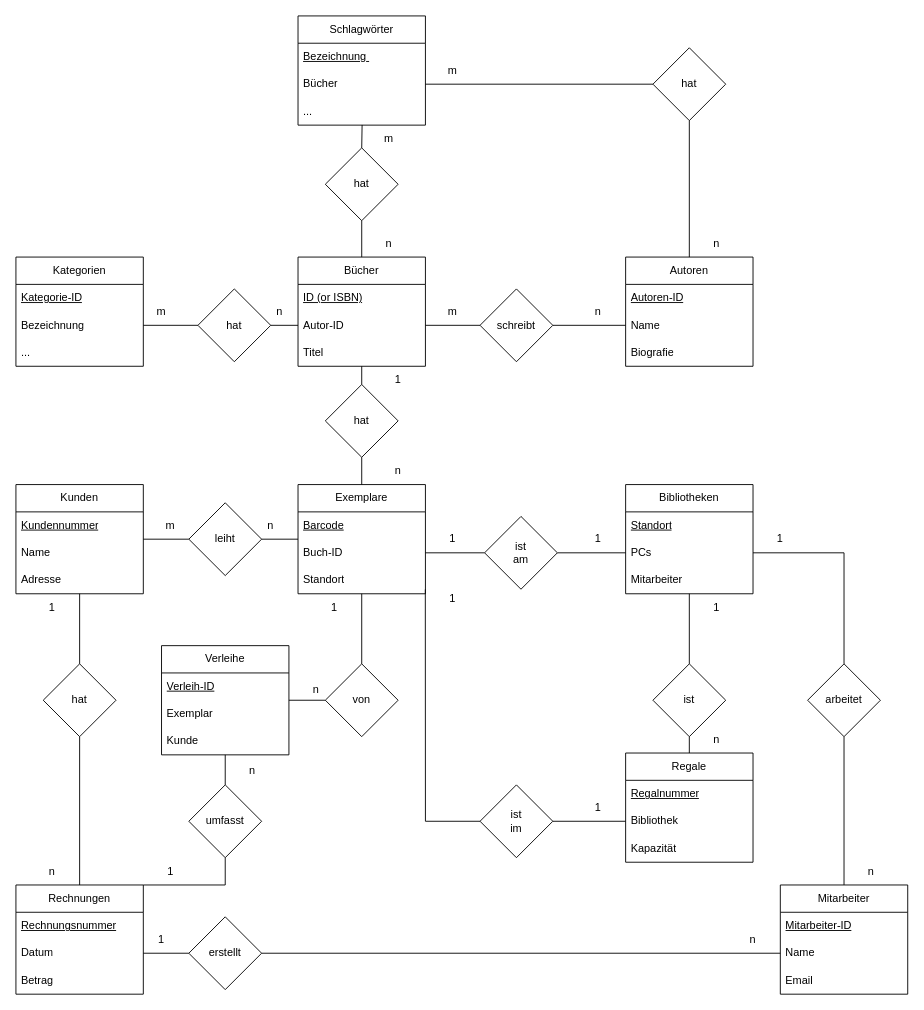
Above: Tag_1/Bibliothek.drawio in McLutzifer/WIFI_SW-Engineering (draw.io), before the change. Source tidied: cells renumbered, new cells numbered last; positions are measured from the earlier drawing's top-left corner, leaving out a move shared by most shapes. Both pictures are drawn from the tidied source at 91%, with x=0, y=0 at pixel (15, 15).
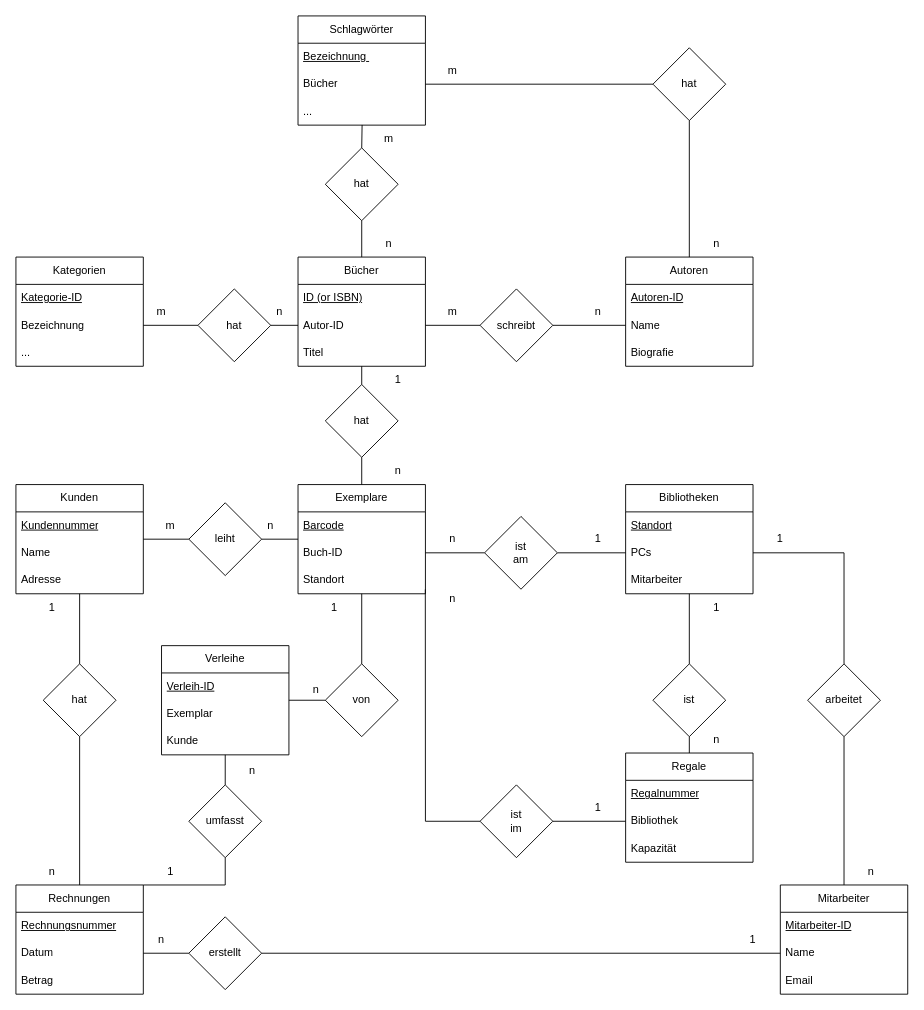
The same diagram, later.

What changed in the source:
```diff
@@
-    <mxCell id="68" value="1" style="text;html=1;strokeColor=none;fillColor=none;align=center;verticalAlign=middle;whiteSpace=wrap;rounded=0;" parent="1" vertex="1">
+    <mxCell id="68" value="n" style="text;html=1;strokeColor=none;fillColor=none;align=center;verticalAlign=middle;whiteSpace=wrap;rounded=0;" parent="1" vertex="1">
       <mxGeometry x="450" y="560" width="60" height="30" as="geometry" />
     </mxCell>
-    <mxCell id="69" value="1" style="text;html=1;strokeColor=none;fillColor=none;align=center;verticalAlign=middle;whiteSpace=wrap;rounded=0;" parent="1" vertex="1">
+    <mxCell id="69" value="n" style="text;html=1;strokeColor=none;fillColor=none;align=center;verticalAlign=middle;whiteSpace=wrap;rounded=0;" parent="1" vertex="1">
       <mxGeometry x="450" y="625" width="60" height="30" as="geometry" />
     </mxCell>
@@
-    <mxCell id="107" value="1" style="text;html=1;strokeColor=none;fillColor=none;align=center;verticalAlign=middle;whiteSpace=wrap;rounded=0;" parent="1" vertex="1">
+    <mxCell id="107" value="n" style="text;html=1;strokeColor=none;fillColor=none;align=center;verticalAlign=middle;whiteSpace=wrap;rounded=0;" parent="1" vertex="1">
       <mxGeometry x="130" y="1000" width="60" height="30" as="geometry" />
     </mxCell>
-    <mxCell id="108" value="n" style="text;html=1;strokeColor=none;fillColor=none;align=center;verticalAlign=middle;whiteSpace=wrap;rounded=0;" parent="1" vertex="1">
+    <mxCell id="108" value="1" style="text;html=1;strokeColor=none;fillColor=none;align=center;verticalAlign=middle;whiteSpace=wrap;rounded=0;" parent="1" vertex="1">
       <mxGeometry x="780" y="1000" width="60" height="30" as="geometry" />
     </mxCell>
```
